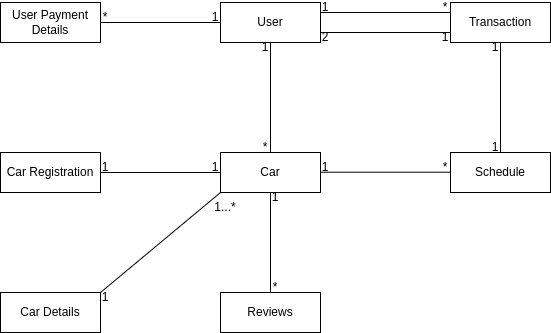
This is docs/EntityRelationshipDiagram.drawio.png from 514sh/sulong, a draw.io export, as it was before one commit. Source tidied: cells renumbered, new cells last; positions are measured from the earlier drawing's top-left corner, leaving out a move shared by most shapes.
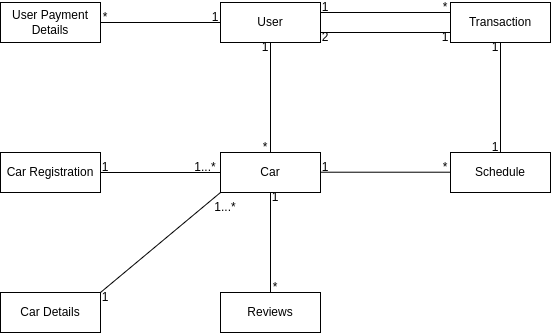
The same diagram one commit later.

Change to the diagram source:
```diff
@@ -95,8 +95,8 @@
     <mxCell id="30" value="*" style="text;strokeColor=none;align=center;fillColor=none;html=1;verticalAlign=middle;whiteSpace=wrap;rounded=0;" parent="1" vertex="1">
       <mxGeometry x="270" y="280" width="10" height="10" as="geometry" />
     </mxCell>
-    <mxCell id="31" value="1" style="text;strokeColor=none;align=center;fillColor=none;html=1;verticalAlign=middle;whiteSpace=wrap;rounded=0;" parent="1" vertex="1">
-      <mxGeometry x="210" y="160" width="10" height="10" as="geometry" />
+    <mxCell id="31" value="1...*" style="text;strokeColor=none;align=center;fillColor=none;html=1;verticalAlign=middle;whiteSpace=wrap;rounded=0;" parent="1" vertex="1">
+      <mxGeometry x="200" y="160" width="10" height="10" as="geometry" />
     </mxCell>
     <mxCell id="32" value="1" style="text;strokeColor=none;align=center;fillColor=none;html=1;verticalAlign=middle;whiteSpace=wrap;rounded=0;" parent="1" vertex="1">
       <mxGeometry x="100" y="160" width="10" height="10" as="geometry" />
```
